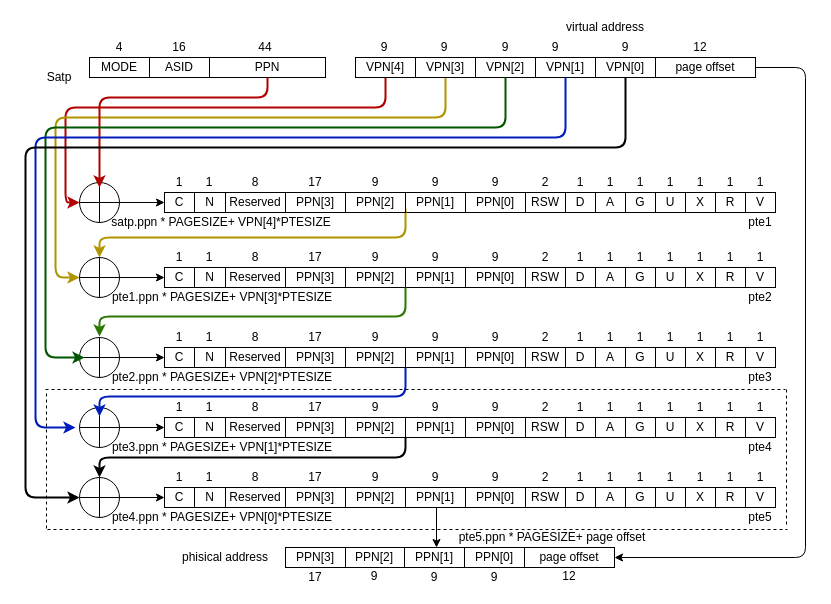
This is sv57.drawio from Ziyue-Zhang/virt-mem-drawing, a draw.io file, before an edit. Source tidied: cells renumbered, new cells numbered last; positions are measured from the earlier drawing's top-left corner, leaving out a move shared by most shapes. Both pictures are drawn from the tidied source at 100%, with x=0, y=0 at pixel (25, 17).
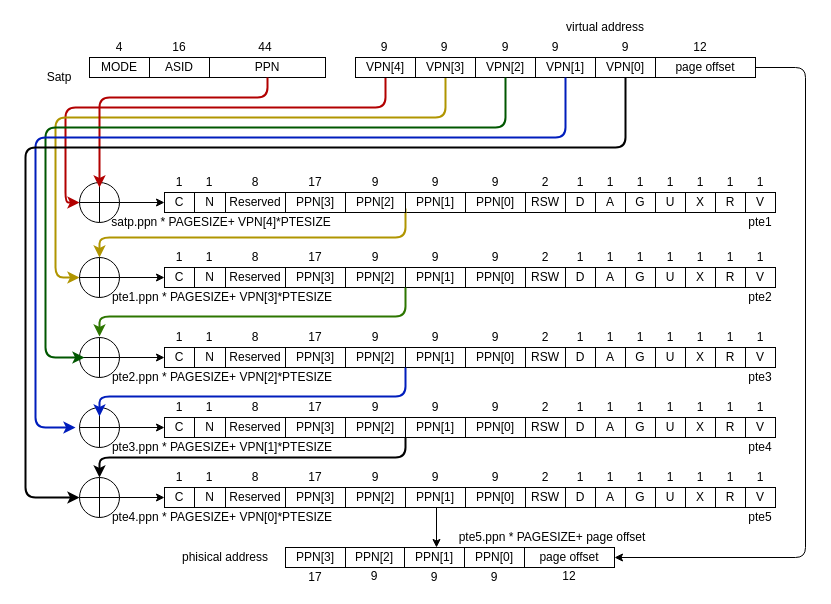
Above is the later version.

Change to the diagram source:
```diff
@@
-    <mxCell id="225" style="endArrow=none;dashed=1;html=1;strokeWidth=1;" parent="1" edge="1">
-      <mxGeometry relative="1" as="geometry">
-        <mxPoint x="22" y="512" as="sourcePoint" />
-        <mxPoint x="762" y="512" as="targetPoint" />
-      </mxGeometry>
-    </mxCell>
-    <mxCell id="226" style="endArrow=none;dashed=1;html=1;strokeWidth=1;" parent="1" edge="1">
-      <mxGeometry relative="1" as="geometry">
-        <mxPoint x="20" y="372" as="sourcePoint" />
-        <mxPoint x="760" y="372" as="targetPoint" />
-      </mxGeometry>
-    </mxCell>
-    <mxCell id="227" style="endArrow=none;dashed=1;html=1;strokeWidth=1;" parent="1" edge="1">
-      <mxGeometry relative="1" as="geometry">
-        <mxPoint x="21" y="511" as="sourcePoint" />
-        <mxPoint x="21" y="374" as="targetPoint" />
-      </mxGeometry>
-    </mxCell>
-    <mxCell id="228" style="endArrow=none;dashed=1;html=1;strokeWidth=1;" parent="1" edge="1">
-      <mxGeometry relative="1" as="geometry">
-        <mxPoint x="761" y="507" as="sourcePoint" />
-        <mxPoint x="761" y="370" as="targetPoint" />
-      </mxGeometry>
-    </mxCell>
```
